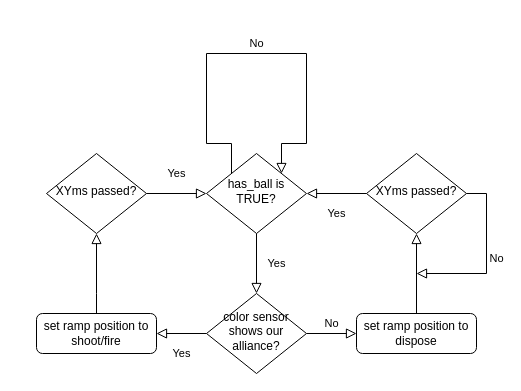
Before: diagrams/ramp position control flow.drawio in FRC-2928/VikingRobot2022, a draw.io diagram. Source tidied: cells renumbered, new cells numbered last; positions are measured from the earlier drawing's top-left corner, leaving out a move shared by most shapes. Both pictures are drawn from the tidied source at 100%, with x=0, y=0 at pixel (36, 53).
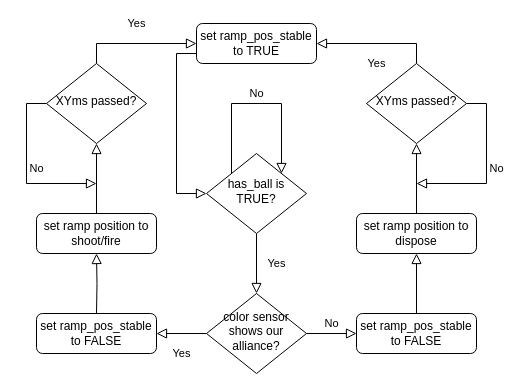
Above is the later version.

Commit message:
Added ramp_pos_stable boolean logic.

Unchanged cells that the change refers to:
```xml
<mxCell id="4" value="&lt;div&gt;color sensor shows our&lt;/div&gt;&lt;div&gt;alliance?&lt;br&gt;&lt;/div&gt;" style="rhombus;whiteSpace=wrap;html=1;shadow=0;fontFamily=Helvetica;fontSize=12;align=center;strokeWidth=1;spacing=6;spacingTop=-4;" parent="1" vertex="1">
  <mxGeometry x="170" y="240" width="100" height="80" as="geometry" />
</mxCell>
<mxCell id="7" value="&lt;div&gt;has_ball is &lt;br&gt;&lt;/div&gt;&lt;div&gt;TRUE?&lt;br&gt;&lt;/div&gt;" style="rhombus;whiteSpace=wrap;html=1;shadow=0;fontFamily=Helvetica;fontSize=12;align=center;strokeWidth=1;spacing=6;spacingTop=-4;" parent="1" vertex="1">
  <mxGeometry x="170" y="100" width="100" height="80" as="geometry" />
</mxCell>
```

What changed in the source:
```diff
@@
-    <mxCell id="2" value="Yes" style="rounded=0;html=1;jettySize=auto;fontSize=11;endArrow=block;endFill=0;endSize=8;strokeWidth=1;shadow=0;labelBackgroundColor=none;edgeStyle=orthogonalEdgeStyle;entryX=1;entryY=0.5;entryDx=0;entryDy=0;exitX=0;exitY=0.5;exitDx=0;exitDy=0;" parent="1" edge="1" source="4" target="6">
+    <mxCell id="2" value="Yes" style="rounded=0;html=1;jettySize=auto;fontSize=11;endArrow=block;endFill=0;endSize=8;strokeWidth=1;shadow=0;labelBackgroundColor=none;edgeStyle=orthogonalEdgeStyle;entryX=1;entryY=0.5;entryDx=0;entryDy=0;exitX=0;exitY=0.5;exitDx=0;exitDy=0;" parent="1" edge="1" source="4" target="21">
       <mxGeometry y="20" relative="1" as="geometry" />
     </mxCell>
-    <mxCell id="3" value="No" style="edgeStyle=orthogonalEdgeStyle;rounded=0;html=1;jettySize=auto;fontSize=11;endArrow=block;endFill=0;endSize=8;strokeWidth=1;shadow=0;labelBackgroundColor=none;" parent="1" edge="1" source="4" target="5">
+    <mxCell id="3" value="No" style="edgeStyle=orthogonalEdgeStyle;rounded=0;html=1;jettySize=auto;fontSize=11;endArrow=block;endFill=0;endSize=8;strokeWidth=1;shadow=0;labelBackgroundColor=none;entryX=0;entryY=0.5;entryDx=0;entryDy=0;" parent="1" edge="1" source="4" target="19">
       <mxGeometry y="10" relative="1" as="geometry" />
     </mxCell>
@@
     <mxCell id="5" value="&lt;div&gt;set ramp position to&lt;/div&gt;&lt;div&gt;dispose&lt;br&gt;&lt;/div&gt;" style="rounded=1;whiteSpace=wrap;html=1;fontSize=12;glass=0;strokeWidth=1;shadow=0;" parent="1" vertex="1">
-      <mxGeometry x="320" y="260" width="120" height="40" as="geometry" />
+      <mxGeometry x="320" y="160" width="120" height="40" as="geometry" />
     </mxCell>
     <mxCell id="6" value="&lt;div&gt;set ramp position to&lt;/div&gt;shoot/fire" style="rounded=1;whiteSpace=wrap;html=1;fontSize=12;glass=0;strokeWidth=1;shadow=0;" parent="1" vertex="1">
-      <mxGeometry y="260" width="120" height="40" as="geometry" />
+      <mxGeometry y="160" width="120" height="40" as="geometry" />
     </mxCell>
@@
     <mxCell id="9" value="XYms passed?" style="rhombus;whiteSpace=wrap;html=1;shadow=0;fontFamily=Helvetica;fontSize=12;align=center;strokeWidth=1;spacing=6;spacingTop=-4;" parent="1" vertex="1">
-      <mxGeometry x="330" y="100" width="100" height="80" as="geometry" />
+      <mxGeometry x="330" y="10" width="100" height="80" as="geometry" />
     </mxCell>
@@
-    <mxCell id="11" value="Yes" style="rounded=0;html=1;jettySize=auto;fontSize=11;endArrow=block;endFill=0;endSize=8;strokeWidth=1;shadow=0;labelBackgroundColor=none;edgeStyle=orthogonalEdgeStyle;entryX=1;entryY=0.5;entryDx=0;entryDy=0;" parent="1" edge="1" source="9" target="7">
+    <mxCell id="11" value="Yes" style="rounded=0;html=1;jettySize=auto;fontSize=11;endArrow=block;endFill=0;endSize=8;strokeWidth=1;shadow=0;labelBackgroundColor=none;edgeStyle=orthogonalEdgeStyle;entryX=1;entryY=0.5;entryDx=0;entryDy=0;exitX=0.5;exitY=0;exitDx=0;exitDy=0;" parent="1" edge="1" source="9" target="18">
       <mxGeometry y="20" relative="1" as="geometry" />
     </mxCell>
     <mxCell id="12" value="No" style="edgeStyle=orthogonalEdgeStyle;rounded=0;html=1;jettySize=auto;fontSize=11;endArrow=block;endFill=0;endSize=8;strokeWidth=1;shadow=0;labelBackgroundColor=none;exitX=1;exitY=0.5;exitDx=0;exitDy=0;" parent="1" edge="1" source="9">
       <mxGeometry y="10" relative="1" as="geometry">
-        <mxPoint x="380" y="220" as="targetPoint" />
+        <mxPoint x="380" y="130" as="targetPoint" />
         <Array as="points">
-          <mxPoint x="450" y="140" />
-          <mxPoint x="450" y="220" />
+          <mxPoint x="450" y="50" />
+          <mxPoint x="450" y="130" />
         </Array>
       </mxGeometry>
     </mxCell>
     <mxCell id="13" value="XYms passed?" style="rhombus;whiteSpace=wrap;html=1;shadow=0;fontFamily=Helvetica;fontSize=12;align=center;strokeWidth=1;spacing=6;spacingTop=-4;" parent="1" vertex="1">
-      <mxGeometry x="10" y="100" width="100" height="80" as="geometry" />
+      <mxGeometry x="10" y="10" width="100" height="80" as="geometry" />
     </mxCell>
-    <mxCell id="14" style="rounded=0;html=1;jettySize=auto;fontSize=11;endArrow=block;endFill=0;endSize=8;strokeWidth=1;shadow=0;labelBackgroundColor=none;edgeStyle=orthogonalEdgeStyle;entryX=0.5;entryY=1;entryDx=0;entryDy=0;" parent="1" edge="1" target="13">
+    <mxCell id="14" style="rounded=0;html=1;jettySize=auto;fontSize=11;endArrow=block;endFill=0;endSize=8;strokeWidth=1;shadow=0;labelBackgroundColor=none;edgeStyle=orthogonalEdgeStyle;entryX=0.5;entryY=1;entryDx=0;entryDy=0;" parent="1" edge="1" target="6">
       <mxGeometry relative="1" as="geometry">
         <mxPoint x="60" y="260" as="sourcePoint" />
-        <Array as="points">
-          <mxPoint x="60" y="240" />
-          <mxPoint x="60" y="240" />
-        </Array>
       </mxGeometry>
     </mxCell>
-    <mxCell id="15" value="Yes" style="rounded=0;html=1;jettySize=auto;fontSize=11;endArrow=block;endFill=0;endSize=8;strokeWidth=1;shadow=0;labelBackgroundColor=none;edgeStyle=orthogonalEdgeStyle;entryX=0;entryY=0.5;entryDx=0;entryDy=0;exitX=1;exitY=0.5;exitDx=0;exitDy=0;" parent="1" edge="1" source="13" target="7">
+    <mxCell id="15" value="Yes" style="rounded=0;html=1;jettySize=auto;fontSize=11;endArrow=block;endFill=0;endSize=8;strokeWidth=1;shadow=0;labelBackgroundColor=none;edgeStyle=orthogonalEdgeStyle;entryX=0;entryY=0.5;entryDx=0;entryDy=0;exitX=0.5;exitY=0;exitDx=0;exitDy=0;" parent="1" edge="1" source="13" target="18">
       <mxGeometry y="20" relative="1" as="geometry" />
     </mxCell>
     <mxCell id="16" value="No" style="edgeStyle=orthogonalEdgeStyle;rounded=0;html=1;jettySize=auto;orthogonalLoop=1;fontSize=11;endArrow=block;endFill=0;endSize=8;strokeWidth=1;shadow=0;labelBackgroundColor=none;exitX=0;exitY=0;exitDx=0;exitDy=0;entryX=1;entryY=0;entryDx=0;entryDy=0;" parent="1" edge="1" source="7" target="7">
       <mxGeometry y="10" relative="1" as="geometry">
         <Array as="points">
-          <mxPoint x="195" y="90" />
-          <mxPoint x="170" y="90" />
-          <mxPoint x="170" />
-          <mxPoint x="270" />
-          <mxPoint x="270" y="90" />
-          <mxPoint x="245" y="90" />
+          <mxPoint x="195" y="50" />
+          <mxPoint x="245" y="50" />
         </Array>
       </mxGeometry>
     </mxCell>
+    <mxCell id="17" value="No" style="edgeStyle=orthogonalEdgeStyle;rounded=0;html=1;jettySize=auto;fontSize=11;endArrow=block;endFill=0;endSize=8;strokeWidth=1;shadow=0;labelBackgroundColor=none;exitX=0;exitY=0.5;exitDx=0;exitDy=0;" parent="1" edge="1" source="13">
+      <mxGeometry y="10" relative="1" as="geometry">
+        <mxPoint x="60" y="130" as="targetPoint" />
+        <Array as="points">
+          <mxPoint x="-10" y="50" />
+          <mxPoint x="-10" y="130" />
+        </Array>
+      </mxGeometry>
+    </mxCell>
+    <mxCell id="18" value="set ramp_pos_stable to TRUE" style="rounded=1;whiteSpace=wrap;html=1;fontSize=12;glass=0;strokeWidth=1;shadow=0;" parent="1" vertex="1">
+      <mxGeometry x="160" y="-30" width="120" height="40" as="geometry" />
+    </mxCell>
+    <mxCell id="19" value="&lt;div&gt;set ramp_pos_stable&lt;/div&gt;&lt;div&gt;to FALSE&lt;br&gt;&lt;/div&gt;" style="rounded=1;whiteSpace=wrap;html=1;fontSize=12;glass=0;strokeWidth=1;shadow=0;" parent="1" vertex="1">
+      <mxGeometry x="320" y="260" width="120" height="40" as="geometry" />
+    </mxCell>
+    <mxCell id="20" style="rounded=0;html=1;jettySize=auto;fontSize=11;endArrow=block;endFill=0;endSize=8;strokeWidth=1;shadow=0;labelBackgroundColor=none;edgeStyle=orthogonalEdgeStyle;entryX=0.5;entryY=1;entryDx=0;entryDy=0;exitX=0.5;exitY=0;exitDx=0;exitDy=0;" parent="1" edge="1" source="19" target="5">
+      <mxGeometry relative="1" as="geometry" />
+    </mxCell>
+    <mxCell id="21" value="&lt;div&gt;set ramp_pos_stable&lt;/div&gt;&lt;div&gt;to FALSE&lt;br&gt;&lt;/div&gt;" style="rounded=1;whiteSpace=wrap;html=1;fontSize=12;glass=0;strokeWidth=1;shadow=0;" parent="1" vertex="1">
+      <mxGeometry y="260" width="120" height="40" as="geometry" />
+    </mxCell>
+    <mxCell id="22" style="rounded=0;html=1;jettySize=auto;fontSize=11;endArrow=block;endFill=0;endSize=8;strokeWidth=1;shadow=0;labelBackgroundColor=none;edgeStyle=orthogonalEdgeStyle;exitX=0;exitY=0.75;exitDx=0;exitDy=0;" parent="1" edge="1" source="18" target="7">
+      <mxGeometry relative="1" as="geometry">
+        <Array as="points">
+          <mxPoint x="140" />
+          <mxPoint x="140" y="140" />
+        </Array>
+      </mxGeometry>
+    </mxCell>
+    <mxCell id="23" style="rounded=0;html=1;jettySize=auto;fontSize=11;endArrow=block;endFill=0;endSize=8;strokeWidth=1;shadow=0;labelBackgroundColor=none;edgeStyle=orthogonalEdgeStyle;entryX=0.5;entryY=1;entryDx=0;entryDy=0;exitX=0.5;exitY=0;exitDx=0;exitDy=0;" parent="1" edge="1" source="6" target="13">
+      <mxGeometry relative="1" as="geometry" />
+    </mxCell>
```
